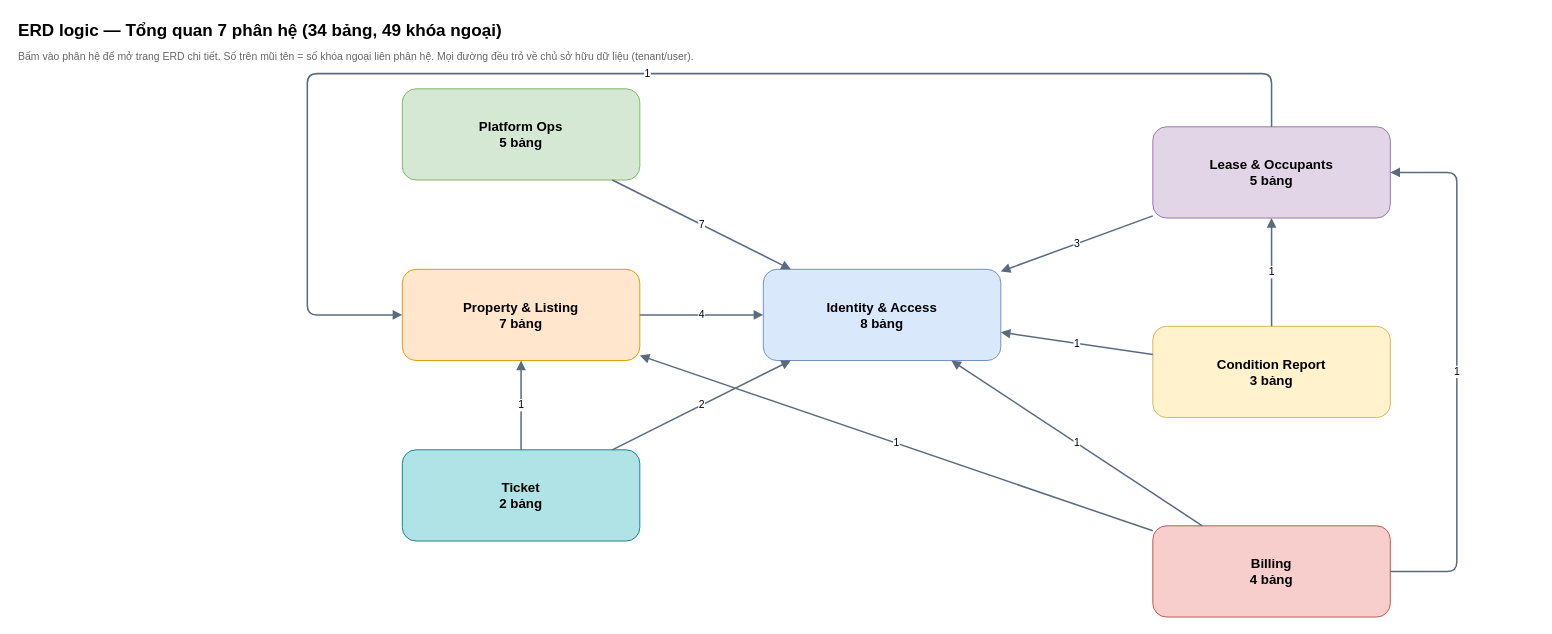
This is page "00 Tổng quan" (1 of 8) of docs/Design/ERD/ERD_logical.drawio from HoangDanh17/Kasio-Docs, a draw.io file, before an edit. Source tidied: cells renumbered, new cells numbered last; positions are measured from the earlier drawing's top-left corner, leaving out a move shared by most shapes. Both pictures are drawn from the tidied source at 95%, with x=0, y=0 at pixel (16, 16).
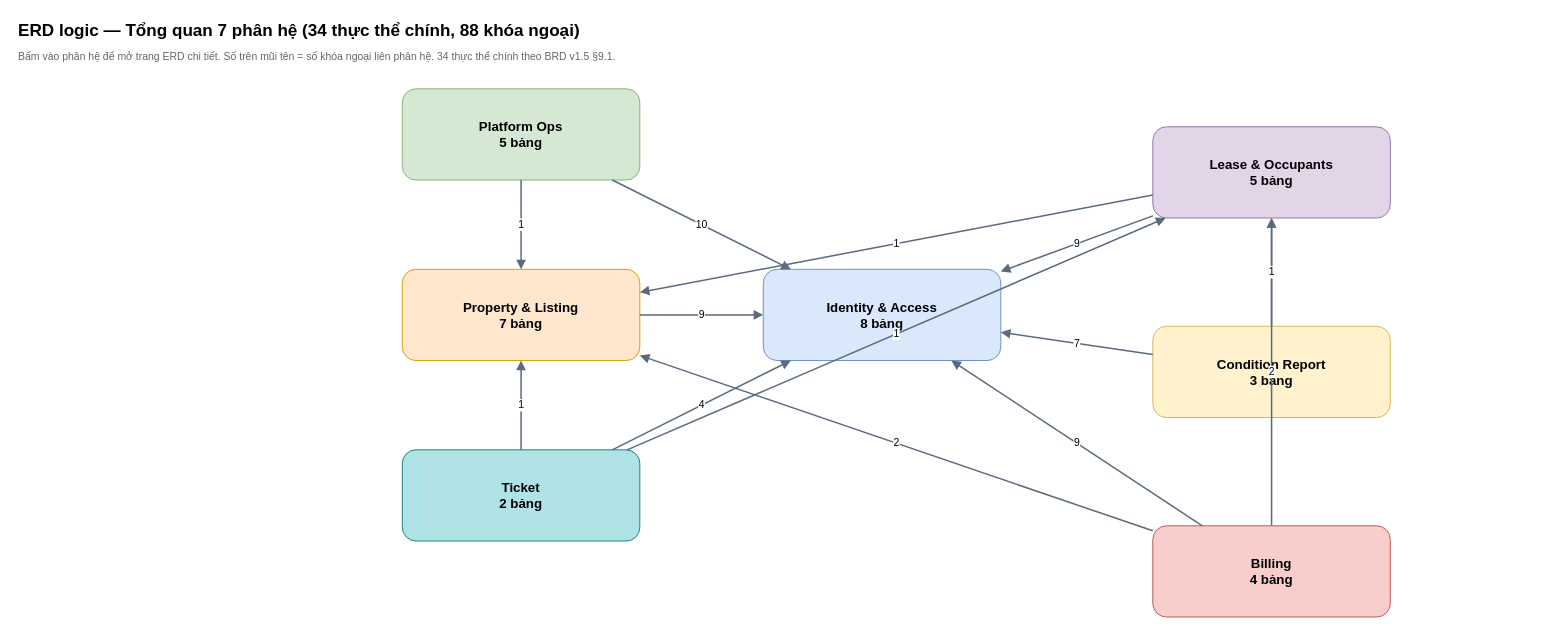
After the change.

The change refers to these unchanged cells:
```xml
<mxCell id="4" value="Identity &amp; Access&#10;8 bảng" style="rounded=1;whiteSpace=wrap;html=1;fontSize=14;fontStyle=1;fillColor=#dae8fc;strokeColor=#6c8ebf;" parent="1" vertex="1">
  <mxGeometry x="786" y="266" width="250" height="96" as="geometry" />
</mxCell>
<mxCell id="6" value="Property &amp; Listing&#10;7 bảng" style="rounded=1;whiteSpace=wrap;html=1;fontSize=14;fontStyle=1;fillColor=#ffe6cc;strokeColor=#d79b00;" parent="1" vertex="1">
  <mxGeometry x="406" y="266" width="250" height="96" as="geometry" />
</mxCell>
<mxCell id="7" value="Lease &amp; Occupants&#10;5 bảng" style="rounded=1;whiteSpace=wrap;html=1;fontSize=14;fontStyle=1;fillColor=#e1d5e7;strokeColor=#9673a6;" parent="1" vertex="1">
  <mxGeometry x="1196" y="116" width="250" height="96" as="geometry" />
</mxCell>
<mxCell id="8" value="Condition Report&#10;3 bảng" style="rounded=1;whiteSpace=wrap;html=1;fontSize=14;fontStyle=1;fillColor=#fff2cc;strokeColor=#d6b656;" parent="1" vertex="1">
  <mxGeometry x="1196" y="326" width="250" height="96" as="geometry" />
</mxCell>
<mxCell id="9" value="Billing&#10;4 bảng" style="rounded=1;whiteSpace=wrap;html=1;fontSize=14;fontStyle=1;fillColor=#f8cecc;strokeColor=#b85450;" parent="1" vertex="1">
  <mxGeometry x="1196" y="536" width="250" height="96" as="geometry" />
</mxCell>
<mxCell id="10" value="Ticket&#10;2 bảng" style="rounded=1;whiteSpace=wrap;html=1;fontSize=14;fontStyle=1;fillColor=#b0e3e6;strokeColor=#0e8088;" parent="1" vertex="1">
  <mxGeometry x="406" y="456" width="250" height="96" as="geometry" />
</mxCell>
```

What changed in the source:
```diff
@@
-    <mxCell id="2" value="ERD logic — Tổng quan 7 phân hệ (34 bảng, 49 khóa ngoại)" style="text;html=1;align=left;verticalAlign=middle;fontSize=18;fontStyle=1;fillColor=none;strokeColor=none;" parent="1" vertex="1">
-      <mxGeometry width="1400" height="30" as="geometry" />
+    <mxCell id="2" value="ERD logic — Tổng quan 7 phân hệ (34 thực thể chính, 88 khóa ngoại)" style="text;html=1;align=left;verticalAlign=middle;fontSize=18;fontStyle=1;fillColor=none;strokeColor=none;" parent="1" vertex="1">
+      <mxGeometry width="1500" height="30" as="geometry" />
     </mxCell>
-    <mxCell id="3" value="Bấm vào phân hệ để mở trang ERD chi tiết. Số trên mũi tên = số khóa ngoại liên phân hệ. Mọi đường đều trỏ về chủ sở hữu dữ liệu (tenant/user)." style="text;html=1;align=left;verticalAlign=middle;fontSize=11;fontColor=#666666;fillColor=none;strokeColor=none;" parent="1" vertex="1">
-      <mxGeometry y="32" width="1500" height="20" as="geometry" />
+    <mxCell id="3" value="Bấm vào phân hệ để mở trang ERD chi tiết. Số trên mũi tên = số khóa ngoại liên phân hệ. 34 thực thể chính theo BRD v1.5 §9.1." style="text;html=1;align=left;verticalAlign=middle;fontSize=11;fontColor=#666666;fillColor=none;strokeColor=none;" parent="1" vertex="1">
+      <mxGeometry y="32" width="1600" height="20" as="geometry" />
     </mxCell>
+    <mxCell id="5" value="Platform Ops&#10;5 bảng" style="rounded=1;whiteSpace=wrap;html=1;fontSize=14;fontStyle=1;fillColor=#d5e8d4;strokeColor=#82b366;" parent="1" vertex="1">
+      <mxGeometry x="406" y="76" width="250" height="96" as="geometry" />
+    </mxCell>
@@
-    <mxCell id="5" value="Platform Ops&#10;5 bảng" style="rounded=1;whiteSpace=wrap;html=1;fontSize=14;fontStyle=1;fillColor=#d5e8d4;strokeColor=#82b366;" parent="1" vertex="1">
-      <mxGeometry x="406" y="76" width="250" height="96" as="geometry" />
-    </mxCell>
@@
-    <mxCell id="11" value="1" style="edgeStyle=none;rounded=0;html=1;fontSize=11;labelBackgroundColor=#ffffff;strokeWidth=1.6;strokeColor=#5b6b7f;endArrow=block;endFill=1;" parent="1" edge="1" source="9" target="4">
+    <mxCell id="11" value="9" style="edgeStyle=none;rounded=0;html=1;fontSize=11;labelBackgroundColor=#ffffff;strokeWidth=1.6;strokeColor=#5b6b7f;endArrow=block;endFill=1;" parent="1" edge="1" source="9" target="4">
       <mxGeometry relative="1" as="geometry" />
     </mxCell>
-    <mxCell id="12" value="1" style="edgeStyle=orthogonalEdgeStyle;rounded=1;html=1;fontSize=11;labelBackgroundColor=#ffffff;strokeWidth=1.6;strokeColor=#5b6b7f;endArrow=block;endFill=1;" parent="1" edge="1" source="9" target="7">
-      <mxGeometry relative="1" as="geometry">
-        <Array as="points">
-          <mxPoint x="1516" y="584" />
-          <mxPoint x="1516" y="164" />
-        </Array>
-      </mxGeometry>
+    <mxCell id="12" value="2" style="edgeStyle=none;rounded=0;html=1;fontSize=11;labelBackgroundColor=#ffffff;strokeWidth=1.6;strokeColor=#5b6b7f;endArrow=block;endFill=1;" parent="1" edge="1" source="9" target="7">
+      <mxGeometry relative="1" as="geometry" />
     </mxCell>
-    <mxCell id="13" value="1" style="edgeStyle=none;rounded=0;html=1;fontSize=11;labelBackgroundColor=#ffffff;strokeWidth=1.6;strokeColor=#5b6b7f;endArrow=block;endFill=1;" parent="1" edge="1" source="9" target="6">
+    <mxCell id="13" value="2" style="edgeStyle=none;rounded=0;html=1;fontSize=11;labelBackgroundColor=#ffffff;strokeWidth=1.6;strokeColor=#5b6b7f;endArrow=block;endFill=1;" parent="1" edge="1" source="9" target="6">
       <mxGeometry relative="1" as="geometry" />
     </mxCell>
-    <mxCell id="14" value="1" style="edgeStyle=none;rounded=0;html=1;fontSize=11;labelBackgroundColor=#ffffff;strokeWidth=1.6;strokeColor=#5b6b7f;endArrow=block;endFill=1;" parent="1" edge="1" source="8" target="4">
-      <mxGeometry relative="1" as="geometry" />
-    </mxCell>
+    <mxCell id="17" value="7" style="edgeStyle=none;rounded=0;html=1;fontSize=11;labelBackgroundColor=#ffffff;strokeWidth=1.6;strokeColor=#5b6b7f;endArrow=block;endFill=1;" parent="1" edge="1" source="8" target="4">
+      <mxGeometry relative="1" as="geometry" />
+    </mxCell>
@@
-    <mxCell id="16" value="3" style="edgeStyle=none;rounded=0;html=1;fontSize=11;labelBackgroundColor=#ffffff;strokeWidth=1.6;strokeColor=#5b6b7f;endArrow=block;endFill=1;" parent="1" edge="1" source="7" target="4">
+    <mxCell id="16" value="9" style="edgeStyle=none;rounded=0;html=1;fontSize=11;labelBackgroundColor=#ffffff;strokeWidth=1.6;strokeColor=#5b6b7f;endArrow=block;endFill=1;" parent="1" edge="1" source="7" target="4">
       <mxGeometry relative="1" as="geometry" />
     </mxCell>
-    <mxCell id="17" value="7" style="edgeStyle=none;rounded=0;html=1;fontSize=11;labelBackgroundColor=#ffffff;strokeWidth=1.6;strokeColor=#5b6b7f;endArrow=block;endFill=1;" parent="1" edge="1" source="5" target="4">
-      <mxGeometry relative="1" as="geometry" />
-    </mxCell>
+    <mxCell id="22" value="10" style="edgeStyle=none;rounded=0;html=1;fontSize=11;labelBackgroundColor=#ffffff;strokeWidth=1.6;strokeColor=#5b6b7f;endArrow=block;endFill=1;" parent="1" edge="1" source="5" target="4">
+      <mxGeometry relative="1" as="geometry" />
+    </mxCell>
+    <mxCell id="23" value="9" style="edgeStyle=none;rounded=0;html=1;fontSize=11;labelBackgroundColor=#ffffff;strokeWidth=1.6;strokeColor=#5b6b7f;endArrow=block;endFill=1;" parent="1" edge="1" source="6" target="4">
+      <mxGeometry relative="1" as="geometry" />
+    </mxCell>
-    <mxCell id="18" value="4" style="edgeStyle=none;rounded=0;html=1;fontSize=11;labelBackgroundColor=#ffffff;strokeWidth=1.6;strokeColor=#5b6b7f;endArrow=block;endFill=1;" parent="1" edge="1" source="6" target="4">
+    <mxCell id="18" value="4" style="edgeStyle=none;rounded=0;html=1;fontSize=11;labelBackgroundColor=#ffffff;strokeWidth=1.6;strokeColor=#5b6b7f;endArrow=block;endFill=1;" parent="1" edge="1" source="10" target="4">
       <mxGeometry relative="1" as="geometry" />
     </mxCell>
-    <mxCell id="19" value="2" style="edgeStyle=none;rounded=0;html=1;fontSize=11;labelBackgroundColor=#ffffff;strokeWidth=1.6;strokeColor=#5b6b7f;endArrow=block;endFill=1;" parent="1" edge="1" source="10" target="4">
-      <mxGeometry relative="1" as="geometry" />
-    </mxCell>
-    <mxCell id="20" value="1" style="edgeStyle=orthogonalEdgeStyle;rounded=1;html=1;fontSize=11;labelBackgroundColor=#ffffff;strokeWidth=1.6;strokeColor=#5b6b7f;endArrow=block;endFill=1;" parent="1" edge="1" source="7" target="6">
-      <mxGeometry relative="1" as="geometry">
-        <Array as="points">
-          <mxPoint x="1321" y="60" />
-          <mxPoint x="306" y="60" />
-        </Array>
-      </mxGeometry>
+    <mxCell id="20" value="1" style="edgeStyle=none;rounded=0;html=1;fontSize=11;labelBackgroundColor=#ffffff;strokeWidth=1.6;strokeColor=#5b6b7f;endArrow=block;endFill=1;" parent="1" edge="1" source="7" target="6">
+      <mxGeometry relative="1" as="geometry" />
     </mxCell>
+    <mxCell id="24" value="1" style="edgeStyle=none;rounded=0;html=1;fontSize=11;labelBackgroundColor=#ffffff;strokeWidth=1.6;strokeColor=#5b6b7f;endArrow=block;endFill=1;" parent="1" edge="1" source="10" target="7">
+      <mxGeometry relative="1" as="geometry" />
+    </mxCell>
+    <mxCell id="25" value="1" style="edgeStyle=none;rounded=0;html=1;fontSize=11;labelBackgroundColor=#ffffff;strokeWidth=1.6;strokeColor=#5b6b7f;endArrow=block;endFill=1;" parent="1" edge="1" source="5" target="6">
+      <mxGeometry relative="1" as="geometry" />
+    </mxCell>
```
